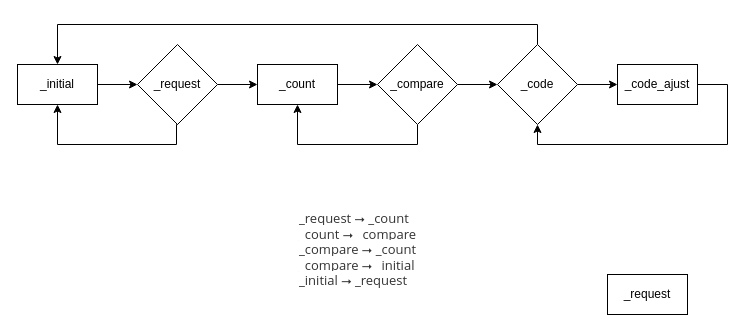
Earlier version of the draw.io diagram test_flow.drawio (marcelopedroso/yms_tech). Source tidied: cells renumbered, new cells numbered last; positions are measured from the earlier drawing's top-left corner, leaving out a move shared by most shapes. Both pictures are drawn from the tidied source at 100%, with x=0, y=0 at pixel (17, 44).
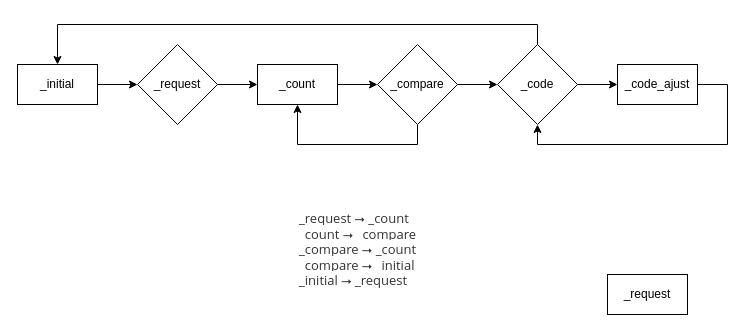
The same diagram, later.

Unchanged cells that the change refers to:
```xml
<mxCell id="3" value="_initial" style="rounded=0;whiteSpace=wrap;html=1;" parent="1" vertex="1">
  <mxGeometry y="20" width="80" height="40" as="geometry" />
</mxCell>
<mxCell id="15" value="_request" style="rhombus;whiteSpace=wrap;html=1;" parent="1" vertex="1">
  <mxGeometry x="120" width="80" height="80" as="geometry" />
</mxCell>
```

Change to the diagram source:
```diff
@@
-    <mxCell id="14" style="edgeStyle=orthogonalEdgeStyle;rounded=0;jettySize=auto;html=1;entryX=0.5;entryY=1;entryDx=0;entryDy=0;exitX=0.5;exitY=1;exitDx=0;exitDy=0;" parent="1" edge="1" source="15" target="3">
-      <mxGeometry relative="1" as="geometry">
-        <Array as="points">
-          <mxPoint x="159" y="80" />
-          <mxPoint x="159" y="100" />
-          <mxPoint x="40" y="100" />
-        </Array>
-      </mxGeometry>
-    </mxCell>
```
